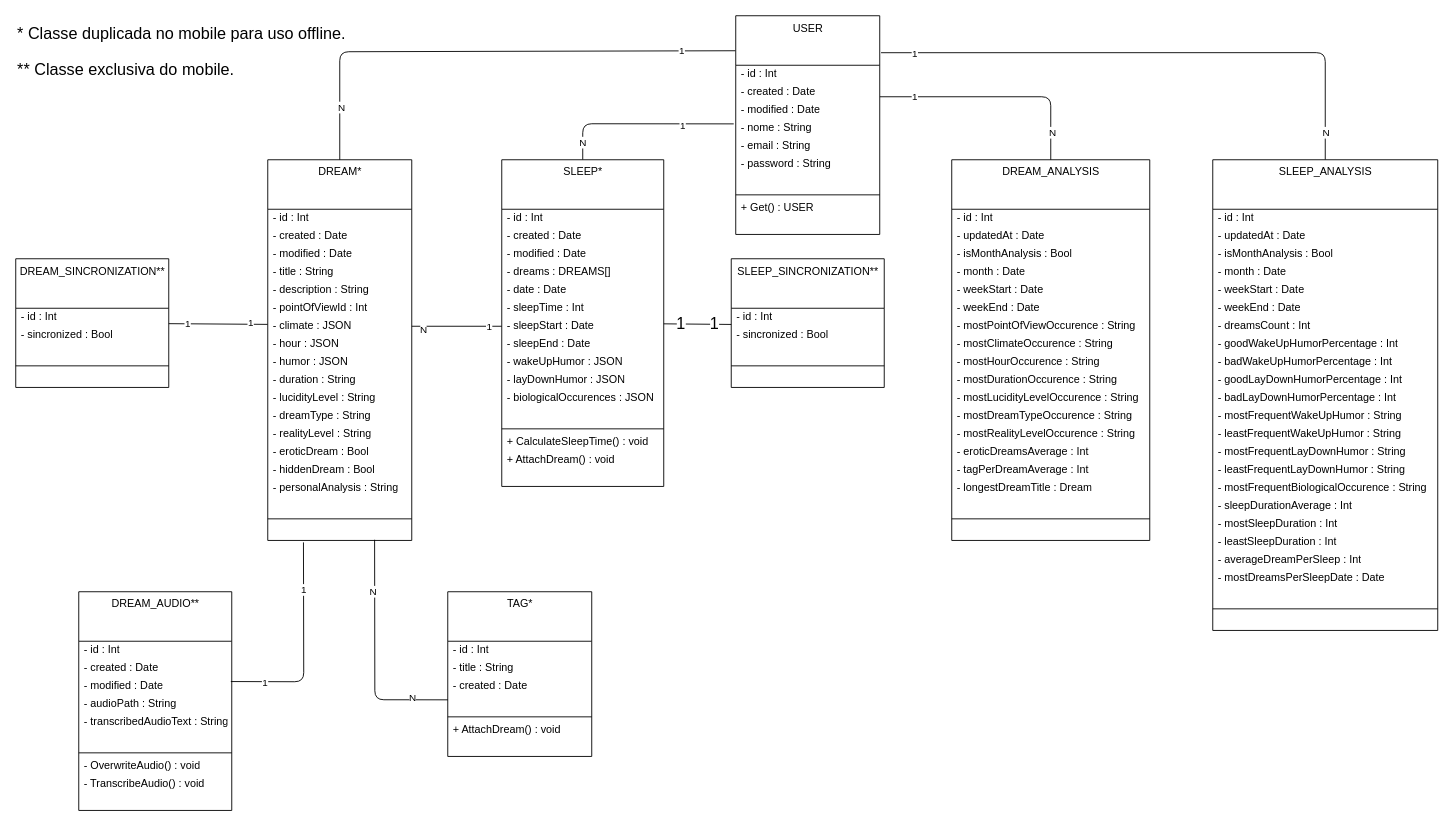
The draw.io diagram docs/diagrama_classe_analise.drawio in raisson-souza/morfeus-backend, before the edit. Source tidied: cells renumbered, new cells numbered last; positions are measured from the earlier drawing's top-left corner, leaving out a move shared by most shapes. Both pictures are drawn from the tidied source at 90%, with x=0, y=0 at pixel (15, 15).
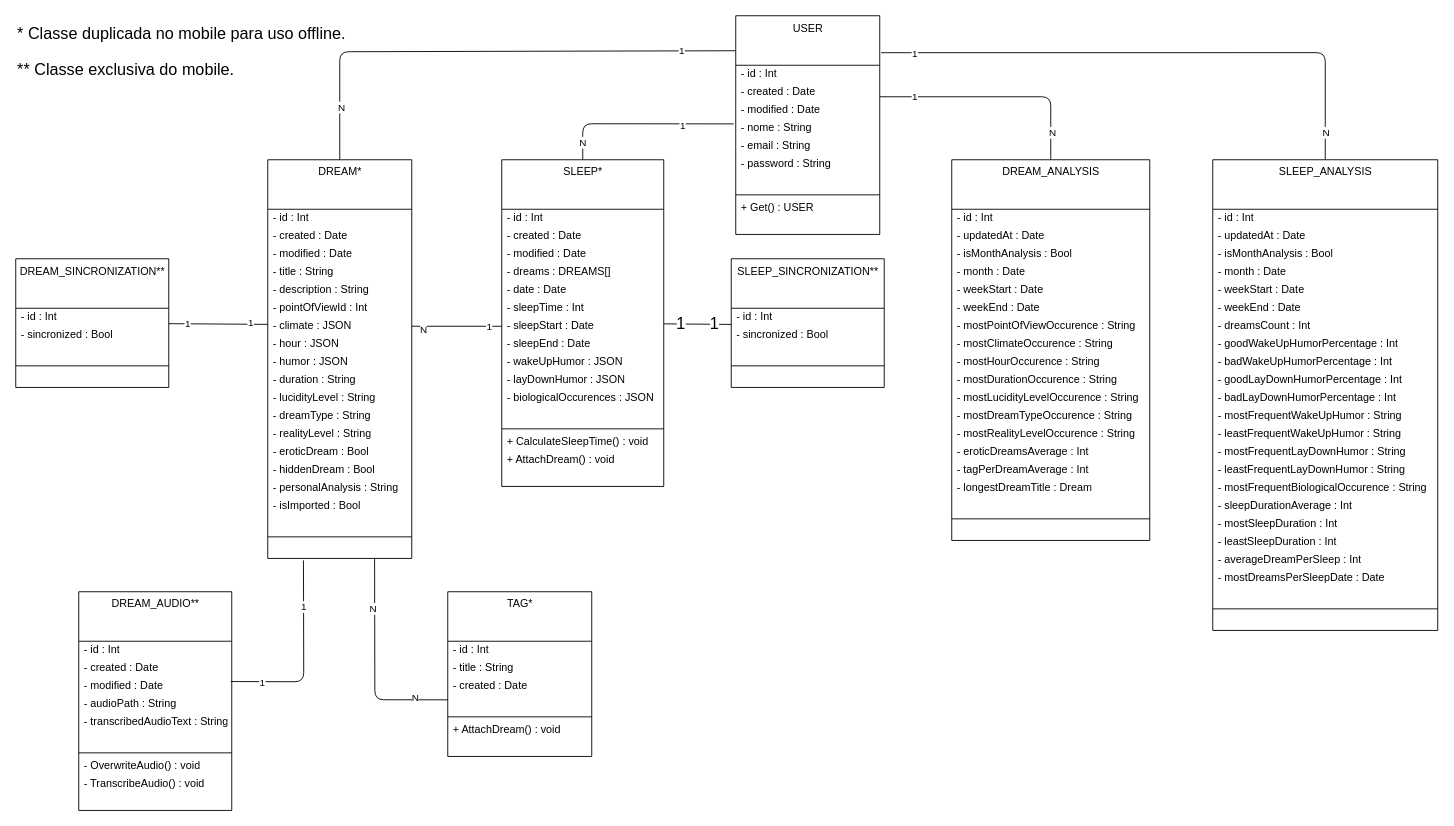
Above is the later version.

Commit message (it also covers changes not shown here):
- Ajustado diagrama de classe de análise do sonho; - Implementados diagramas de atividade: Importação de sonho; Tela de estatísticas;

What changed in the source:
```diff
@@
     <mxCell id="36" value="DREAM*" style="swimlane;fontStyle=0;align=center;verticalAlign=top;horizontal=1;startSize=55;html=1;rounded=0;strokeColor=default;strokeWidth=1;" parent="1" vertex="1">
-      <mxGeometry x="280" y="160" width="160" height="423" as="geometry" />
+      <mxGeometry x="280" y="160" width="160" height="443" as="geometry" />
     </mxCell>
@@
+    <mxCell id="154" value="- isImported : Bool" style="text;html=1;strokeColor=none;fillColor=none;align=left;verticalAlign=middle;spacingLeft=4;spacingRight=4;overflow=hidden;rounded=0;strokeWidth=1;" parent="36" vertex="1">
+      <mxGeometry y="375" width="160" height="20" as="geometry" />
+    </mxCell>
     <mxCell id="53" style="text;html=1;strokeColor=none;fillColor=none;align=left;verticalAlign=middle;spacingLeft=4;spacingRight=4;overflow=hidden;rounded=0;strokeWidth=1;" parent="36" vertex="1">
-      <mxGeometry y="375" width="160" height="20" as="geometry" />
+      <mxGeometry y="395" width="160" height="20" as="geometry" />
     </mxCell>
     <mxCell id="54" style="line;strokeWidth=1;fillColor=none;align=left;verticalAlign=middle;spacingTop=-1;spacingLeft=3;spacingRight=3;labelPosition=right;rounded=0;strokeColor=default;" parent="36" vertex="1">
-      <mxGeometry y="395" width="160" height="8" as="geometry" />
+      <mxGeometry y="415" width="160" height="8" as="geometry" />
     </mxCell>
     <mxCell id="55" style="text;html=1;strokeColor=none;fillColor=none;align=left;verticalAlign=middle;spacingLeft=4;spacingRight=4;overflow=hidden;points=[[0,0.5],[1,0.5]];portConstraint=eastwest;rounded=0;strokeWidth=1;" parent="36" vertex="1">
-      <mxGeometry y="403" width="160" height="20" as="geometry" />
+      <mxGeometry y="423" width="160" height="20" as="geometry" />
     </mxCell>
```
